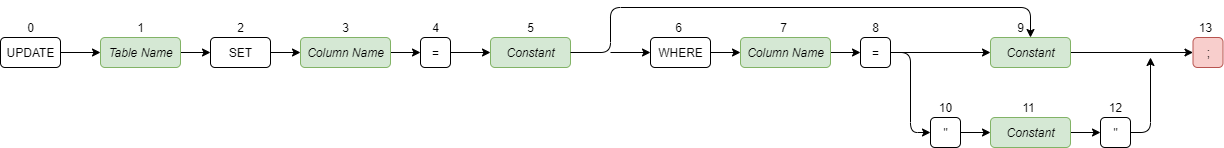
Before: src/files/assets/helpscreen/UpdateDiagram.png, a diagram exported from draw.io (DeliciousWaffle/MastersProject). Source tidied: cells renumbered, new cells last; positions are measured from the earlier drawing's top-left corner, leaving out a move shared by most shapes.
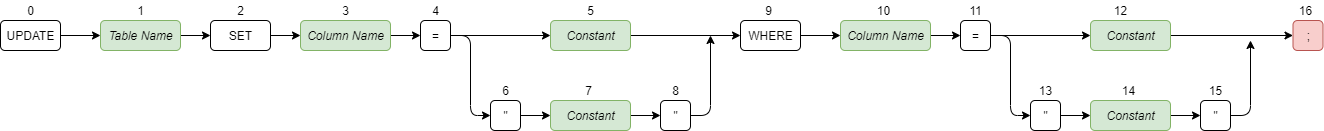
The same diagram one commit later.

Commit message:
Finished up other diagrams

Diff of the diagram source:
```diff
@@ -41,59 +41,54 @@
       <mxGeometry x="335" y="10" width="20" height="20" as="geometry" />
     </mxCell>
     <mxCell id="14" value=";" style="html=1;fillColor=#f8cecc;strokeColor=#b85450;rounded=1;" parent="1" vertex="1">
-      <mxGeometry x="1192.5" y="30" width="30" height="30" as="geometry" />
+      <mxGeometry x="1292.5" y="30" width="30" height="30" as="geometry" />
     </mxCell>
-    <mxCell id="15" value="13" style="text;html=1;align=center;verticalAlign=middle;rounded=1;" parent="1" vertex="1">
-      <mxGeometry x="1190" y="10" width="30" height="20" as="geometry" />
+    <mxCell id="15" value="16" style="text;html=1;align=center;verticalAlign=middle;rounded=1;" parent="1" vertex="1">
+      <mxGeometry x="1290" y="10" width="30" height="20" as="geometry" />
     </mxCell>
-    <mxCell id="16" style="edgeStyle=orthogonalEdgeStyle;jettySize=auto;html=1;exitX=1;exitY=0.5;exitDx=0;exitDy=0;entryX=0;entryY=0.5;entryDx=0;entryDy=0;" parent="1" edge="1" source="17" target="19">
+    <mxCell id="16" style="edgeStyle=orthogonalEdgeStyle;jettySize=auto;html=1;exitX=1;exitY=0.5;exitDx=0;exitDy=0;entryX=0;entryY=0.5;entryDx=0;entryDy=0;" parent="1" edge="1" source="17" target="51">
       <mxGeometry relative="1" as="geometry" />
     </mxCell>
+    <mxCell id="45" style="edgeStyle=orthogonalEdgeStyle;rounded=1;jettySize=auto;html=1;exitX=1;exitY=0.5;exitDx=0;exitDy=0;" parent="1" edge="1" source="17" target="19">
+      <mxGeometry relative="1" as="geometry" />
+    </mxCell>
     <mxCell id="17" value="=" style="html=1;rounded=1;" parent="1" vertex="1">
       <mxGeometry x="420" y="30" width="30" height="30" as="geometry" />
     </mxCell>
     <mxCell id="18" value="4" style="text;html=1;align=center;verticalAlign=middle;rounded=1;" parent="1" vertex="1">
       <mxGeometry x="425" y="10" width="20" height="20" as="geometry" />
     </mxCell>
+    <mxCell id="46" style="edgeStyle=orthogonalEdgeStyle;rounded=1;jettySize=auto;html=1;exitX=1;exitY=0.5;exitDx=0;exitDy=0;entryX=0;entryY=0.5;entryDx=0;entryDy=0;" parent="1" edge="1" source="19" target="24">
+      <mxGeometry relative="1" as="geometry" />
+    </mxCell>
     <mxCell id="19" value="&lt;i&gt;Constant&lt;/i&gt;" style="html=1;fillColor=#d5e8d4;strokeColor=#82b366;rounded=1;" parent="1" vertex="1">
-      <mxGeometry x="490" y="30" width="80" height="30" as="geometry" />
+      <mxGeometry x="550" y="30" width="80" height="30" as="geometry" />
     </mxCell>
     <mxCell id="20" value="5" style="text;html=1;align=center;verticalAlign=middle;rounded=1;" parent="1" vertex="1">
-      <mxGeometry x="520" y="10" width="20" height="20" as="geometry" />
+      <mxGeometry x="580" y="10" width="20" height="20" as="geometry" />
     </mxCell>
-    <mxCell id="21" style="edgeStyle=orthogonalEdgeStyle;jettySize=auto;html=1;exitX=1;exitY=0.5;exitDx=0;exitDy=0;entryX=0;entryY=0.5;entryDx=0;entryDy=0;" parent="1" edge="1" target="24">
+    <mxCell id="21" style="edgeStyle=orthogonalEdgeStyle;jettySize=auto;html=1;exitX=1;exitY=0.5;exitDx=0;exitDy=0;" parent="1" edge="1" source="52">
       <mxGeometry relative="1" as="geometry">
-        <mxPoint x="610" y="45" as="sourcePoint" />
+        <mxPoint x="710" y="45" as="targetPoint" />
       </mxGeometry>
     </mxCell>
-    <mxCell id="22" style="edgeStyle=orthogonalEdgeStyle;jettySize=auto;html=1;exitX=1;exitY=0.5;exitDx=0;exitDy=0;entryX=0.5;entryY=0;entryDx=0;entryDy=0;" parent="1" edge="1" source="19" target="34">
-      <mxGeometry relative="1" as="geometry">
-        <Array as="points">
-          <mxPoint x="610" y="45" />
-          <mxPoint x="610" />
-          <mxPoint x="1030" />
-        </Array>
-      </mxGeometry>
-    </mxCell>
-    <mxCell id="23" style="edgeStyle=orthogonalEdgeStyle;jettySize=auto;html=1;exitX=1;exitY=0.5;exitDx=0;exitDy=0;entryX=0;entryY=0.5;entryDx=0;entryDy=0;" parent="1" edge="1" source="24">
-      <mxGeometry relative="1" as="geometry">
-        <mxPoint x="740" y="45" as="targetPoint" />
-      </mxGeometry>
+    <mxCell id="23" style="edgeStyle=orthogonalEdgeStyle;jettySize=auto;html=1;exitX=1;exitY=0.5;exitDx=0;exitDy=0;entryX=0;entryY=0.5;entryDx=0;entryDy=0;" parent="1" edge="1" source="24" target="27">
+      <mxGeometry relative="1" as="geometry" />
     </mxCell>
     <mxCell id="24" value="WHERE" style="html=1;rounded=1;" parent="1" vertex="1">
-      <mxGeometry x="650" y="30" width="60" height="30" as="geometry" />
+      <mxGeometry x="740" y="30" width="60" height="30" as="geometry" />
     </mxCell>
-    <mxCell id="25" value="6" style="text;html=1;align=center;verticalAlign=middle;rounded=1;" parent="1" vertex="1">
-      <mxGeometry x="667.5" y="10" width="20" height="20" as="geometry" />
+    <mxCell id="25" value="9" style="text;html=1;align=center;verticalAlign=middle;rounded=1;" parent="1" vertex="1">
+      <mxGeometry x="757.5" y="10" width="20" height="20" as="geometry" />
     </mxCell>
     <mxCell id="26" style="edgeStyle=orthogonalEdgeStyle;jettySize=auto;html=1;exitX=1;exitY=0.5;exitDx=0;exitDy=0;entryX=0;entryY=0.5;entryDx=0;entryDy=0;" parent="1" edge="1" source="27" target="31">
       <mxGeometry relative="1" as="geometry" />
     </mxCell>
     <mxCell id="27" value="&lt;i&gt;Column Name&lt;/i&gt;" style="html=1;fillColor=#d5e8d4;strokeColor=#82b366;rounded=1;" parent="1" vertex="1">
-      <mxGeometry x="740" y="30" width="90" height="30" as="geometry" />
+      <mxGeometry x="840" y="30" width="90" height="30" as="geometry" />
     </mxCell>
-    <mxCell id="28" value="7" style="text;html=1;align=center;verticalAlign=middle;rounded=1;" parent="1" vertex="1">
-      <mxGeometry x="772.5" y="10" width="20" height="20" as="geometry" />
+    <mxCell id="28" value="10" style="text;html=1;align=center;verticalAlign=middle;rounded=1;" parent="1" vertex="1">
+      <mxGeometry x="867.5" y="10" width="30" height="20" as="geometry" />
     </mxCell>
     <mxCell id="29" style="edgeStyle=orthogonalEdgeStyle;jettySize=auto;html=1;exitX=1;exitY=0.5;exitDx=0;exitDy=0;entryX=0;entryY=0.5;entryDx=0;entryDy=0;" parent="1" edge="1" source="31" target="34">
       <mxGeometry relative="1" as="geometry" />
@@ -102,52 +97,76 @@
       <mxGeometry relative="1" as="geometry" />
     </mxCell>
     <mxCell id="31" value="=" style="html=1;rounded=1;" parent="1" vertex="1">
-      <mxGeometry x="860" y="30" width="30" height="30" as="geometry" />
+      <mxGeometry x="960" y="30" width="30" height="30" as="geometry" />
     </mxCell>
-    <mxCell id="32" value="8" style="text;html=1;align=center;verticalAlign=middle;rounded=1;" parent="1" vertex="1">
-      <mxGeometry x="865" y="10" width="20" height="20" as="geometry" />
+    <mxCell id="32" value="11" style="text;html=1;align=center;verticalAlign=middle;rounded=1;" parent="1" vertex="1">
+      <mxGeometry x="960" y="10" width="30" height="20" as="geometry" />
     </mxCell>
     <mxCell id="33" style="edgeStyle=orthogonalEdgeStyle;jettySize=auto;html=1;exitX=1;exitY=0.5;exitDx=0;exitDy=0;entryX=0;entryY=0.5;entryDx=0;entryDy=0;" parent="1" edge="1" source="34" target="14">
       <mxGeometry relative="1" as="geometry" />
     </mxCell>
     <mxCell id="34" value="&lt;i&gt;Constant&lt;/i&gt;" style="html=1;fillColor=#d5e8d4;strokeColor=#82b366;rounded=1;" parent="1" vertex="1">
-      <mxGeometry x="990" y="30" width="80" height="30" as="geometry" />
+      <mxGeometry x="1090" y="30" width="80" height="30" as="geometry" />
     </mxCell>
-    <mxCell id="35" value="9" style="text;html=1;align=center;verticalAlign=middle;rounded=1;" parent="1" vertex="1">
-      <mxGeometry x="1010" y="10" width="20" height="20" as="geometry" />
+    <mxCell id="35" value="12" style="text;html=1;align=center;verticalAlign=middle;rounded=1;" parent="1" vertex="1">
+      <mxGeometry x="1105" y="10" width="30" height="20" as="geometry" />
     </mxCell>
     <mxCell id="36" style="edgeStyle=orthogonalEdgeStyle;rounded=0;jettySize=auto;html=1;exitX=1;exitY=0.5;exitDx=0;exitDy=0;entryX=0;entryY=0.5;entryDx=0;entryDy=0;" parent="1" edge="1" source="37" target="42">
       <mxGeometry relative="1" as="geometry" />
     </mxCell>
     <mxCell id="37" value="&lt;i&gt;Constant&lt;/i&gt;" style="html=1;fillColor=#d5e8d4;strokeColor=#82b366;rounded=1;" parent="1" vertex="1">
-      <mxGeometry x="990" y="110" width="80" height="30" as="geometry" />
+      <mxGeometry x="1090" y="110" width="80" height="30" as="geometry" />
     </mxCell>
-    <mxCell id="38" value="11" style="text;html=1;align=center;verticalAlign=middle;rounded=1;" parent="1" vertex="1">
-      <mxGeometry x="1012.5" y="90" width="30" height="20" as="geometry" />
+    <mxCell id="38" value="14" style="text;html=1;align=center;verticalAlign=middle;rounded=1;" parent="1" vertex="1">
+      <mxGeometry x="1112.5" y="90" width="30" height="20" as="geometry" />
     </mxCell>
     <mxCell id="39" style="edgeStyle=orthogonalEdgeStyle;rounded=0;jettySize=auto;html=1;exitX=1;exitY=0.5;exitDx=0;exitDy=0;entryX=0;entryY=0.5;entryDx=0;entryDy=0;" parent="1" edge="1" source="40" target="37">
       <mxGeometry relative="1" as="geometry" />
     </mxCell>
     <mxCell id="40" value="&quot;" style="html=1;rounded=1;" parent="1" vertex="1">
-      <mxGeometry x="930" y="110" width="30" height="30" as="geometry" />
+      <mxGeometry x="1030" y="110" width="30" height="30" as="geometry" />
     </mxCell>
     <mxCell id="41" style="edgeStyle=orthogonalEdgeStyle;rounded=1;jettySize=auto;html=1;exitX=1;exitY=0.5;exitDx=0;exitDy=0;" parent="1" edge="1" source="42">
       <mxGeometry relative="1" as="geometry">
-        <mxPoint x="1150" y="50" as="targetPoint" />
+        <mxPoint x="1250" y="50" as="targetPoint" />
         <Array as="points">
-          <mxPoint x="1150" y="125" />
-          <mxPoint x="1150" y="50" />
+          <mxPoint x="1250" y="125" />
+          <mxPoint x="1250" y="50" />
         </Array>
       </mxGeometry>
     </mxCell>
     <mxCell id="42" value="&quot;" style="html=1;rounded=1;" parent="1" vertex="1">
-      <mxGeometry x="1100" y="110" width="30" height="30" as="geometry" />
+      <mxGeometry x="1200" y="110" width="30" height="30" as="geometry" />
     </mxCell>
-    <mxCell id="43" value="10" style="text;html=1;align=center;verticalAlign=middle;rounded=1;" parent="1" vertex="1">
-      <mxGeometry x="930" y="90" width="30" height="20" as="geometry" />
+    <mxCell id="43" value="13" style="text;html=1;align=center;verticalAlign=middle;rounded=1;" parent="1" vertex="1">
+      <mxGeometry x="1030" y="90" width="30" height="20" as="geometry" />
     </mxCell>
-    <mxCell id="44" value="12" style="text;html=1;align=center;verticalAlign=middle;rounded=1;" parent="1" vertex="1">
-      <mxGeometry x="1100" y="90" width="30" height="20" as="geometry" />
+    <mxCell id="44" value="15" style="text;html=1;align=center;verticalAlign=middle;rounded=1;" parent="1" vertex="1">
+      <mxGeometry x="1200" y="90" width="30" height="20" as="geometry" />
     </mxCell>
+    <mxCell id="47" style="edgeStyle=orthogonalEdgeStyle;rounded=0;jettySize=auto;html=1;exitX=1;exitY=0.5;exitDx=0;exitDy=0;entryX=0;entryY=0.5;entryDx=0;entryDy=0;" parent="1" edge="1" source="48" target="52">
+      <mxGeometry relative="1" as="geometry" />
+    </mxCell>
+    <mxCell id="48" value="&lt;i&gt;Constant&lt;/i&gt;" style="html=1;fillColor=#d5e8d4;strokeColor=#82b366;rounded=1;" parent="1" vertex="1">
+      <mxGeometry x="550" y="110" width="80" height="30" as="geometry" />
+    </mxCell>
+    <mxCell id="49" value="7" style="text;html=1;align=center;verticalAlign=middle;rounded=1;" parent="1" vertex="1">
+      <mxGeometry x="577.5" y="90" width="20" height="20" as="geometry" />
+    </mxCell>
+    <mxCell id="50" style="edgeStyle=orthogonalEdgeStyle;rounded=0;jettySize=auto;html=1;exitX=1;exitY=0.5;exitDx=0;exitDy=0;entryX=0;entryY=0.5;entryDx=0;entryDy=0;" parent="1" edge="1" source="51" target="48">
+      <mxGeometry relative="1" as="geometry" />
+    </mxCell>
+    <mxCell id="51" value="&quot;" style="html=1;rounded=1;" parent="1" vertex="1">
+      <mxGeometry x="490" y="110" width="30" height="30" as="geometry" />
+    </mxCell>
+    <mxCell id="52" value="&quot;" style="html=1;rounded=1;" parent="1" vertex="1">
+      <mxGeometry x="660" y="110" width="30" height="30" as="geometry" />
+    </mxCell>
+    <mxCell id="53" value="6" style="text;html=1;align=center;verticalAlign=middle;rounded=1;" parent="1" vertex="1">
+      <mxGeometry x="495" y="90" width="20" height="20" as="geometry" />
+    </mxCell>
+    <mxCell id="54" value="8" style="text;html=1;align=center;verticalAlign=middle;rounded=1;" parent="1" vertex="1">
+      <mxGeometry x="665" y="90" width="20" height="20" as="geometry" />
+    </mxCell>
   </root>
 </mxGraphModel>
```
